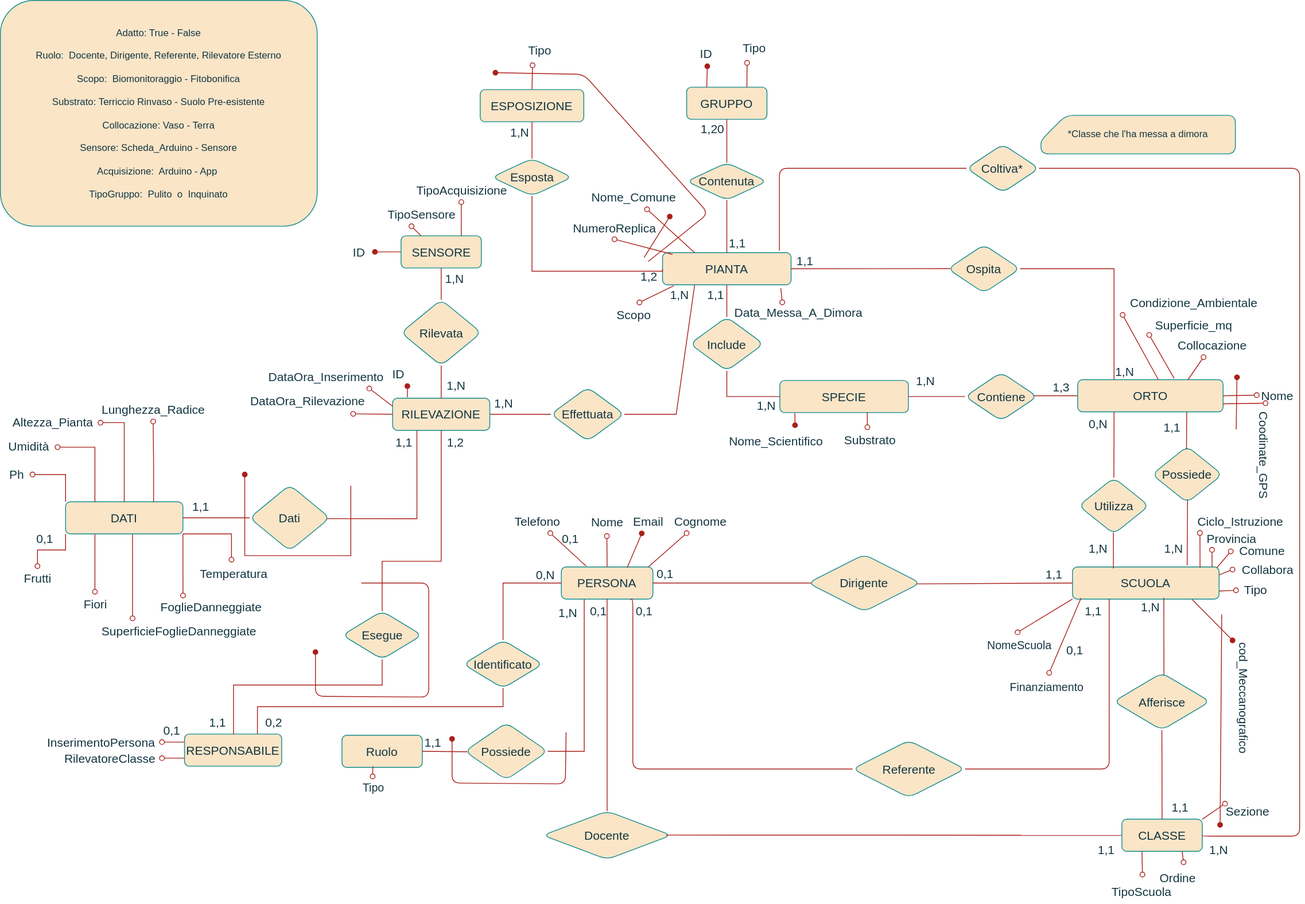
Above: Parte I - Progettazione Logica/Aggiuntivi/DiagrammaRistrutturato.svg in andrewasterix/BD (draw.io), before the change. Source tidied: cells renumbered, new cells last; positions are measured from the earlier drawing's top-left corner, leaving out a move shared by most shapes.
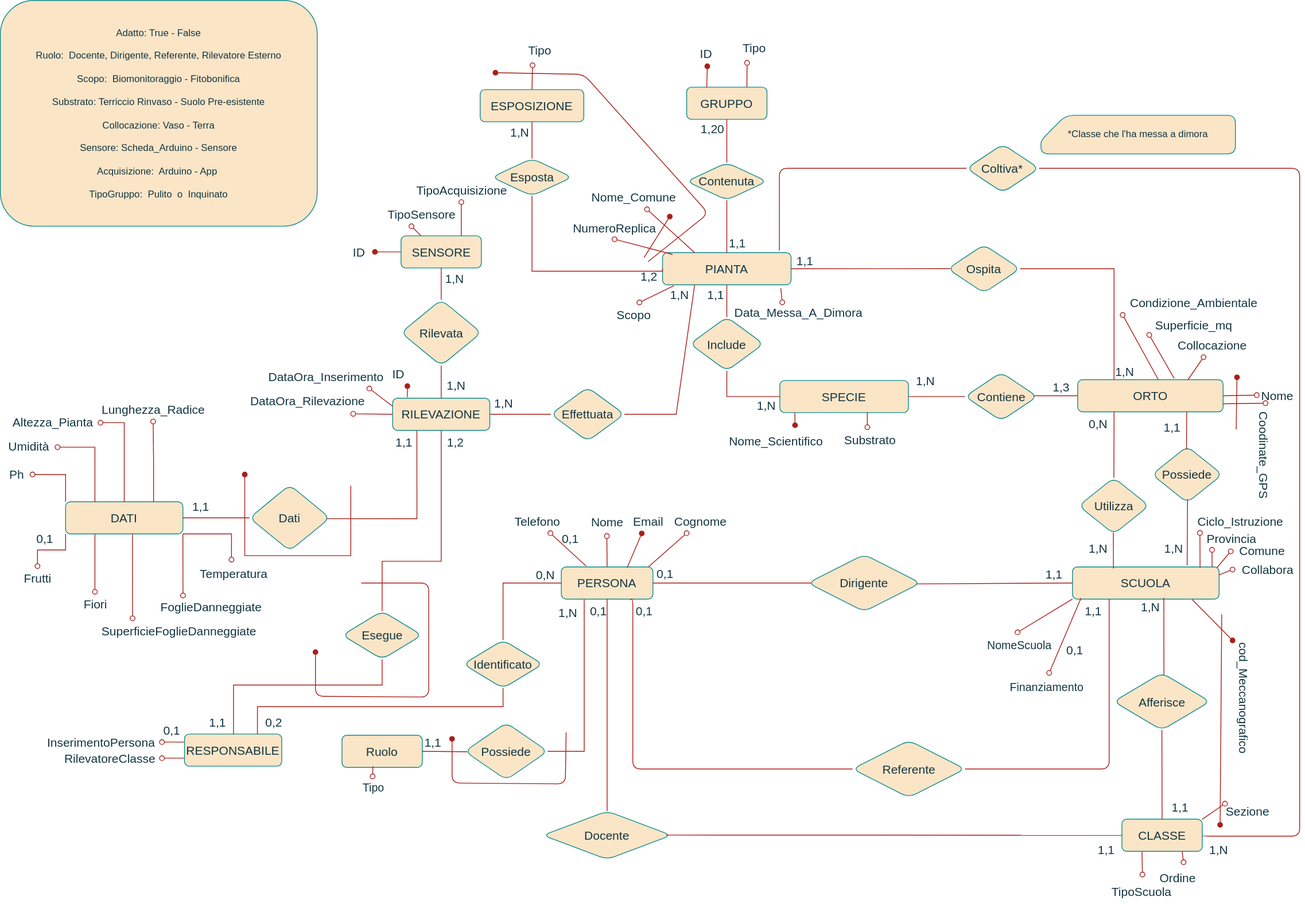
The same diagram one commit later.

Commit message:
ER tolto Tipo da Scuola

Change to the diagram source:
```diff
@@ -254,9 +254,6 @@
     <mxCell id="70" value="Collabora" style="text;html=1;align=center;verticalAlign=middle;points=[];strokeColor=none;fillColor=none;fontSize=15;fontFamily=Helvetica;labelBackgroundColor=none;rounded=1;fontColor=#143642;" parent="1" vertex="1">
       <mxGeometry x="1532" y="693" width="90" height="30" as="geometry" />
     </mxCell>
-    <mxCell id="71" value="Tipo" style="text;html=1;align=center;verticalAlign=middle;points=[];strokeColor=none;fillColor=none;fontSize=15;fontFamily=Helvetica;labelBackgroundColor=none;rotation=0;rounded=1;fontColor=#143642;" parent="1" vertex="1">
-      <mxGeometry x="1536.8" y="718" width="50" height="30" as="geometry" />
-    </mxCell>
     <mxCell id="72" value="Comune" style="text;html=1;align=center;verticalAlign=middle;points=[];strokeColor=none;fillColor=none;fontSize=15;fontFamily=Helvetica;labelBackgroundColor=none;rounded=1;fontColor=#143642;" parent="1" vertex="1">
       <mxGeometry x="1530" y="670" width="80" height="30" as="geometry" />
     </mxCell>
@@ -385,9 +382,6 @@
     <mxCell id="112" style="edgeStyle=none;shape=connector;rounded=1;jettySize=auto;html=1;exitX=1;exitY=0.25;exitDx=0;exitDy=0;exitPerimeter=0;labelBackgroundColor=none;fontFamily=Helvetica;fontSize=15;fontColor=default;endArrow=oval;endFill=0;entryX=0.016;entryY=0.51;entryDx=0;entryDy=0;entryPerimeter=0;strokeColor=#A8201A;" parent="1" edge="1" source="2" target="70">
       <mxGeometry relative="1" as="geometry" />
     </mxCell>
-    <mxCell id="113" style="edgeStyle=none;shape=connector;rounded=1;jettySize=auto;html=1;labelBackgroundColor=none;fontFamily=Helvetica;fontSize=15;fontColor=default;endArrow=oval;endFill=0;entryX=0.021;entryY=0.538;entryDx=0;entryDy=0;entryPerimeter=0;strokeColor=#A8201A;exitX=1;exitY=0.75;exitDx=0;exitDy=0;exitPerimeter=0;" parent="1" edge="1" source="2" target="71">
-      <mxGeometry relative="1" as="geometry" />
-    </mxCell>
     <mxCell id="114" style="edgeStyle=none;rounded=1;jettySize=auto;html=1;endArrow=oval;endFill=1;labelBackgroundColor=none;fontFamily=Helvetica;fontSize=15;fontColor=default;shape=connector;strokeColor=#A8201A;entryX=0.053;entryY=0.983;entryDx=0;entryDy=0;entryPerimeter=0;exitX=0.816;exitY=1.015;exitDx=0;exitDy=0;exitPerimeter=0;" parent="1" edge="1" source="2" target="69">
       <mxGeometry relative="1" as="geometry" />
     </mxCell>
```
